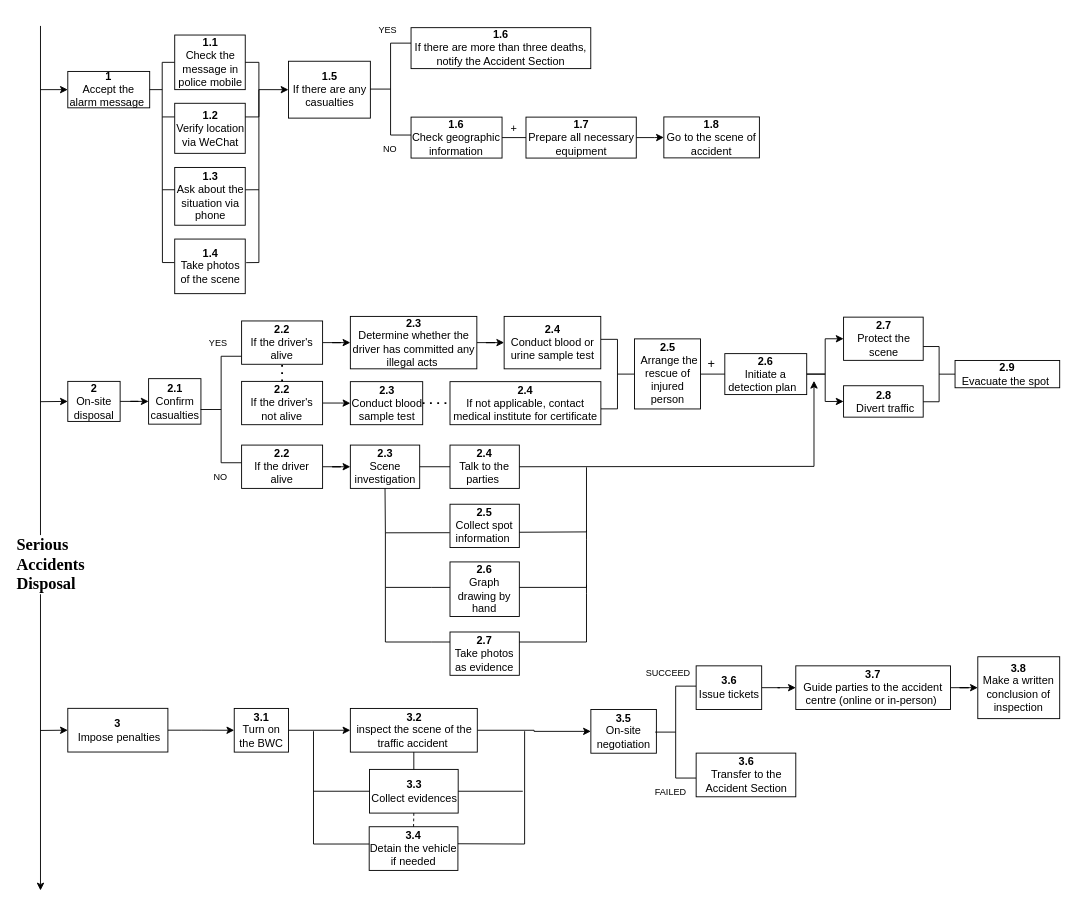
This is page "accident" (1 of 4) of HTA_serious.drawio from PsychDuan/InfoVisual, a draw.io file, before an edit. Source tidied: cells renumbered, new cells numbered last; positions are measured from the earlier drawing's top-left corner, leaving out a move shared by most shapes. Both pictures are drawn from the tidied source at 91%, with x=0, y=0 at pixel (40, 15).
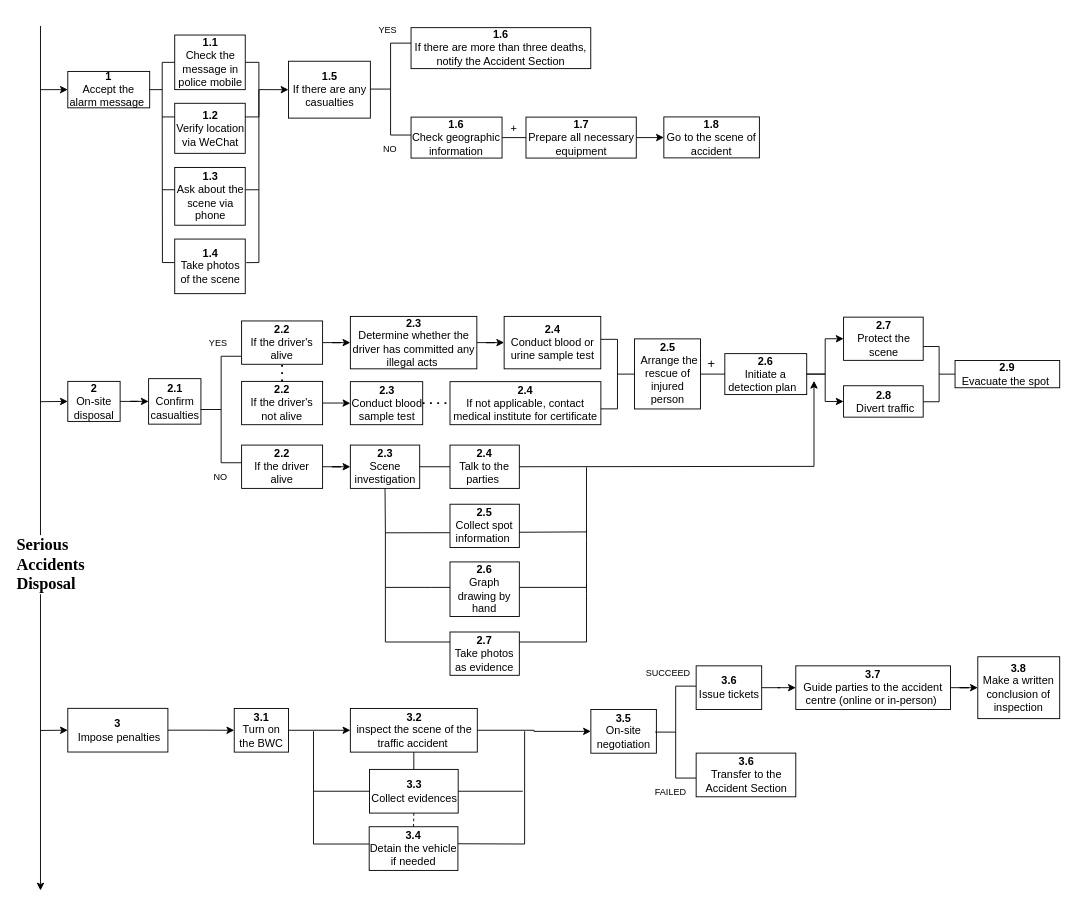
After the change.

The edit, as a diff of the source:
```diff
@@
-    <mxCell id="6" value="&lt;b&gt;1.3&lt;br&gt;&lt;/b&gt;Ask about the situation via phone" style="whiteSpace=wrap;html=1;rounded=0;" parent="1" vertex="1">
+    <mxCell id="6" value="&lt;b&gt;1.3&lt;br&gt;&lt;/b&gt;Ask about the scene via phone" style="whiteSpace=wrap;html=1;rounded=0;" parent="1" vertex="1">
       <mxGeometry x="147.5" y="166.5" width="77.5" height="63.5" as="geometry" />
     </mxCell>
```
